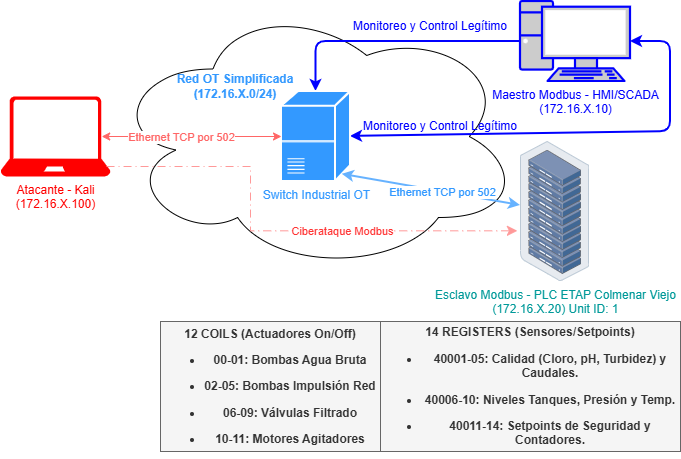
Earlier version of the draw.io export Tarea 7/Simulacion-Ataque.drawio.png (henri-dpd/Tareas-Master-Ciberseguridad). Source tidied: cells renumbered, new cells last; positions are measured from the earlier drawing's top-left corner, leaving out a move shared by most shapes.
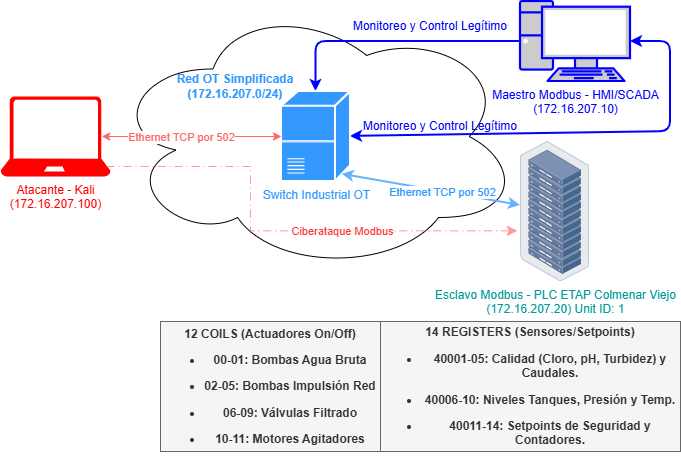
Above is the later version.

The edit, as a diff of the source:
```diff
@@ -8,13 +8,13 @@
     <mxCell id="3" style="edgeStyle=orthogonalEdgeStyle;rounded=1;jettySize=auto;html=1;entryX=0.5;entryY=0;entryDx=0;entryDy=0;strokeColor=#0000FF;curved=0;strokeWidth=2;entryPerimeter=0;" parent="1" edge="1" source="4" target="10">
       <mxGeometry relative="1" as="geometry" />
     </mxCell>
-    <mxCell id="4" value="&lt;font style=&quot;color: rgb(0, 0, 255);&quot;&gt;Maestro Modbus - HMI/SCADA&lt;/font&gt;&lt;div&gt;&lt;font style=&quot;color: rgb(0, 0, 255);&quot;&gt;(172.16.X.10)&lt;/font&gt;&lt;/div&gt;" style="fontColor=#0066CC;verticalAlign=top;verticalLabelPosition=bottom;labelPosition=center;align=center;html=1;outlineConnect=0;fillColor=#CCCCCC;strokeColor=#0000FF;gradientColor=none;gradientDirection=north;strokeWidth=2;shape=mxgraph.networks.pc;" parent="1" vertex="1">
+    <mxCell id="4" value="&lt;font style=&quot;color: rgb(0, 0, 255);&quot;&gt;Maestro Modbus - HMI/SCADA&lt;/font&gt;&lt;div&gt;&lt;font style=&quot;color: rgb(0, 0, 255);&quot;&gt;(172.16.207.10)&lt;/font&gt;&lt;/div&gt;" style="fontColor=#0066CC;verticalAlign=top;verticalLabelPosition=bottom;labelPosition=center;align=center;html=1;outlineConnect=0;fillColor=#CCCCCC;strokeColor=#0000FF;gradientColor=none;gradientDirection=north;strokeWidth=2;shape=mxgraph.networks.pc;" parent="1" vertex="1">
       <mxGeometry x="520" width="110" height="80" as="geometry" />
     </mxCell>
-    <mxCell id="5" value="&lt;font style=&quot;color: rgb(255, 0, 0);&quot;&gt;Atacante - Kali&lt;/font&gt;&lt;div style=&quot;color: rgb(0, 102, 204);&quot;&gt;&lt;font style=&quot;color: rgb(255, 0, 0);&quot;&gt;(172.16.X.100)&lt;/font&gt;&lt;/div&gt;" style="verticalLabelPosition=bottom;html=1;verticalAlign=top;align=center;strokeColor=none;fillColor=#FF0000;shape=mxgraph.azure.laptop;" parent="1" vertex="1">
+    <mxCell id="5" value="&lt;font style=&quot;color: rgb(255, 0, 0);&quot;&gt;Atacante - Kali&lt;/font&gt;&lt;div style=&quot;color: rgb(0, 102, 204);&quot;&gt;&lt;font style=&quot;color: rgb(255, 0, 0);&quot;&gt;(172.16.207.100)&lt;/font&gt;&lt;/div&gt;" style="verticalLabelPosition=bottom;html=1;verticalAlign=top;align=center;strokeColor=none;fillColor=#FF0000;shape=mxgraph.azure.laptop;" parent="1" vertex="1">
       <mxGeometry y="95" width="110" height="80" as="geometry" />
     </mxCell>
-    <mxCell id="6" value="&lt;font style=&quot;color: rgb(51, 153, 255);&quot;&gt;&lt;span style=&quot;text-wrap-mode: nowrap;&quot;&gt;&lt;b style=&quot;&quot;&gt;Red OT Simplificada&lt;/b&gt;&lt;/span&gt;&lt;/font&gt;&lt;div&gt;&lt;font style=&quot;color: rgb(51, 153, 255);&quot;&gt;&lt;span style=&quot;text-wrap-mode: nowrap;&quot;&gt;&lt;b style=&quot;&quot;&gt;(172.16.X.0/24)&lt;/b&gt;&lt;/span&gt;&lt;/font&gt;&lt;/div&gt;" style="text;html=1;whiteSpace=wrap;strokeColor=none;fillColor=none;align=center;verticalAlign=middle;rounded=0;" parent="1" vertex="1">
+    <mxCell id="6" value="&lt;font style=&quot;color: rgb(51, 153, 255);&quot;&gt;&lt;span style=&quot;text-wrap-mode: nowrap;&quot;&gt;&lt;b style=&quot;&quot;&gt;Red OT Simplificada&lt;/b&gt;&lt;/span&gt;&lt;/font&gt;&lt;div&gt;&lt;font style=&quot;color: rgb(51, 153, 255);&quot;&gt;&lt;span style=&quot;text-wrap-mode: nowrap;&quot;&gt;&lt;b style=&quot;&quot;&gt;(172.16.207.0/24)&lt;/b&gt;&lt;/span&gt;&lt;/font&gt;&lt;/div&gt;" style="text;html=1;whiteSpace=wrap;strokeColor=none;fillColor=none;align=center;verticalAlign=middle;rounded=0;" parent="1" vertex="1">
       <mxGeometry x="170" y="70" width="130" height="30" as="geometry" />
     </mxCell>
     <mxCell id="7" value="&lt;font style=&quot;color: rgb(0, 0, 255);&quot;&gt;Monitoreo y Control Legítimo&lt;/font&gt;" style="text;html=1;whiteSpace=wrap;strokeColor=none;fillColor=none;align=center;verticalAlign=middle;rounded=0;" parent="1" vertex="1">
@@ -34,7 +34,7 @@
     <mxCell id="10" value="&lt;span style=&quot;background-color: rgb(255, 255, 255);&quot;&gt;&lt;font style=&quot;color: rgb(51, 153, 255);&quot;&gt;Switch Industrial OT&lt;/font&gt;&lt;/span&gt;" style="strokeColor=#ffffff;sketch=0;html=1;dashed=0;fillColor=#3399FF;strokeWidth=2;verticalLabelPosition=bottom;verticalAlign=top;align=center;outlineConnect=0;shape=mxgraph.cisco.switches.class_4_5_switch;" parent="1" vertex="1">
       <mxGeometry x="281" y="90" width="69" height="90" as="geometry" />
     </mxCell>
-    <mxCell id="11" value="&lt;font style=&quot;color: rgb(0, 153, 153);&quot;&gt;Esclavo Modbus - PLC ETAP Colmenar Viejo&lt;/font&gt;&lt;div&gt;&lt;font style=&quot;color: rgb(0, 153, 153);&quot;&gt;(172.16.X.20) Unit ID: 1&lt;/font&gt;&lt;/div&gt;" style="image;points=[];html=1;align=center;shadow=0;dashed=0;image=img/lib/allied_telesis/storage/Datacenter_Server_Rack.svg;" parent="1" vertex="1">
+    <mxCell id="11" value="&lt;font style=&quot;color: rgb(0, 153, 153);&quot;&gt;Esclavo Modbus - PLC ETAP Colmenar Viejo&lt;/font&gt;&lt;div&gt;&lt;font style=&quot;color: rgb(0, 153, 153);&quot;&gt;(172.16.207&lt;/font&gt;&lt;span style=&quot;color: rgb(0, 153, 153); background-color: light-dark(#ffffff, var(--ge-dark-color, #121212));&quot;&gt;.20) Unit ID: 1&lt;/span&gt;&lt;/div&gt;" style="image;points=[];html=1;align=center;shadow=0;dashed=0;image=img/lib/allied_telesis/storage/Datacenter_Server_Rack.svg;" parent="1" vertex="1">
       <mxGeometry x="520" y="140" width="69.1" height="140" as="geometry" />
     </mxCell>
     <mxCell id="12" style="endArrow=classic;startArrow=classic;html=1;rounded=0;entryX=0;entryY=0.5;entryDx=0;entryDy=0;entryPerimeter=0;exitX=0.92;exitY=0.5;exitDx=0;exitDy=0;exitPerimeter=0;strokeWidth=1;strokeColor=#FF6666;" parent="1" edge="1" source="5" target="10">
```
